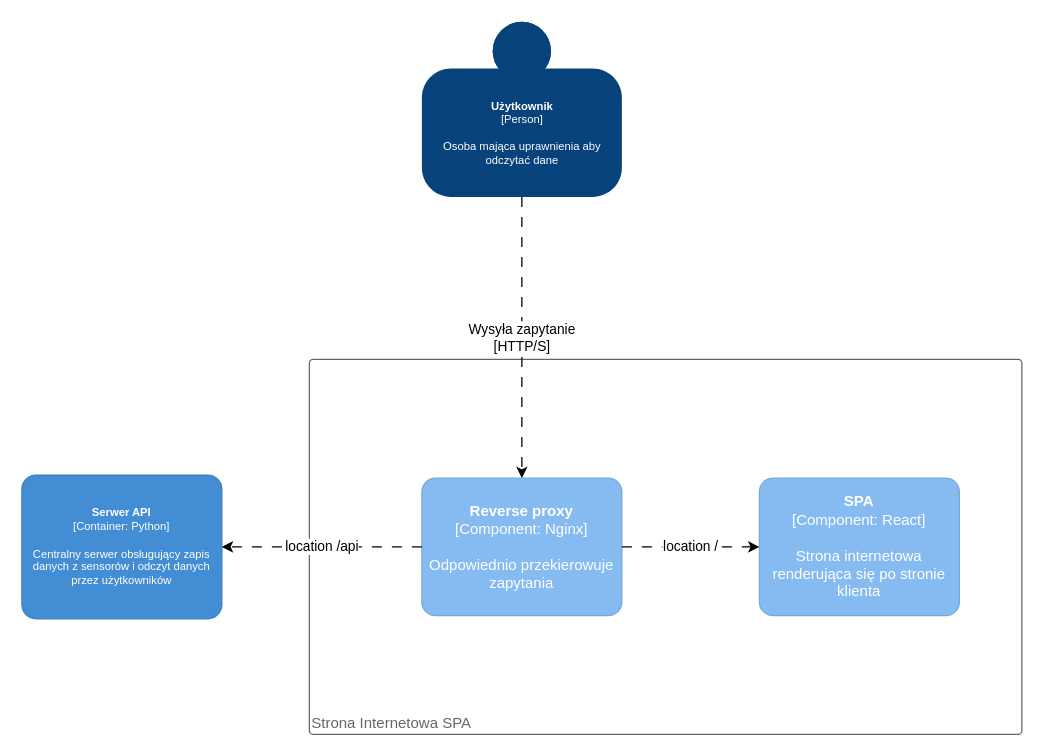
The draw.io diagram page "Strona Internetowa" (5 of 5) of docs/architecture/c4-pzsp2.drawio in sysy-inc/pzsp2-24z, before the edit. Source tidied: cells renumbered, new cells numbered last; positions are measured from the earlier drawing's top-left corner, leaving out a move shared by most shapes. Both pictures are drawn from the tidied source at 125%, with x=0, y=0 at pixel (21, 21).
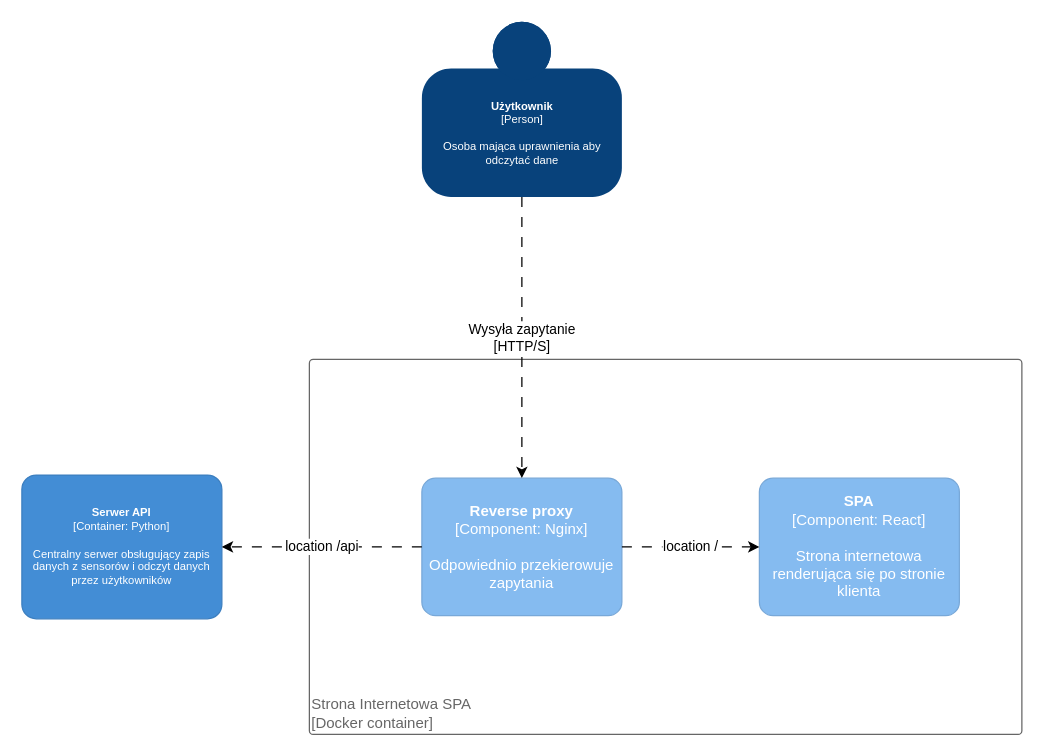
The same diagram, later.

Diff of the diagram source:
```diff
@@
 <mxGraphModel>
   <root>
     <mxCell id="0" />
     <mxCell id="1" parent="0" />
-    <mxCell id="2" value="Strona Internetowa SPA" style="rounded=1;whiteSpace=wrap;html=1;labelBackgroundColor=none;fillColor=#ffffff;align=left;arcSize=1;verticalAlign=bottom;strokeColor=#666666;fontColor=#666666;" parent="1" vertex="1">
+    <mxCell id="2" value="Strona Internetowa SPA&lt;div&gt;[Docker container]&lt;/div&gt;" style="rounded=1;whiteSpace=wrap;html=1;labelBackgroundColor=none;fillColor=#ffffff;align=left;arcSize=1;verticalAlign=bottom;strokeColor=#666666;fontColor=#666666;" parent="1" vertex="1">
       <mxGeometry x="230" y="270" width="570" height="300" as="geometry" />
     </mxCell>
     <object id="3" label="&lt;b&gt;%c4Name%&lt;/b&gt;&lt;div&gt;[%c4Type%: %c4Technology%]&lt;/div&gt;&lt;br&gt;&lt;div&gt;%c4Description%&lt;/div&gt;" c4Description="Odpowiednio przekierowuje zapytania" c4Name="Reverse proxy" c4Technology="Nginx" c4Type="Component" placeholders="1">
       <mxCell style="rounded=1;whiteSpace=wrap;html=1;labelBackgroundColor=none;fillColor=#85BBF0;fontColor=#ffffff;align=center;arcSize=10;strokeColor=#78A8D8;metaData={&quot;c4Type&quot;:{&quot;editable&quot;:false}};points=[[0.25,0,0],[0.5,0,0],[0.75,0,0],[1,0.25,0],[1,0.5,0],[1,0.75,0],[0.75,1,0],[0.5,1,0],[0.25,1,0],[0,0.75,0],[0,0.5,0],[0,0.25,0]];" parent="1" vertex="1">
         <mxGeometry x="320" y="365" width="160" height="110" as="geometry" />
       </mxCell>
     </object>
     <object id="4" label="&lt;b style=&quot;font-size: 9px;&quot;&gt;%c4Name%&lt;/b&gt;&lt;div style=&quot;font-size: 9px;&quot;&gt;[%c4Type%]&lt;/div&gt;&lt;br style=&quot;font-size: 9px;&quot;&gt;&lt;div style=&quot;font-size: 9px;&quot;&gt;%c4Description%&lt;/div&gt;" c4Description="Osoba mająca uprawnienia aby&#10;odczytać dane" c4Name="Użytkownik" c4Type="Person" placeholders="1">
       <mxCell style="html=1;dashed=0;whitespace=wrap;fillColor=#08427b;strokeColor=none;fontColor=#ffffff;shape=mxgraph.c4.person;align=center;points=[[0.5,0,0],[1,0.5,0],[1,0.75,0],[0.75,1,0],[0.5,1,0],[0.25,1,0],[0,0.75,0],[0,0.5,0]];metaData={&quot;c4Type&quot;:{&quot;editable&quot;:false}};fontSize=9;" parent="1" vertex="1">
         <mxGeometry x="320" width="160" height="140" as="geometry" />
       </mxCell>
     </object>
     <mxCell id="5" value="Wysyła zapytanie&lt;div&gt;[HTTP/S]&lt;/div&gt;" style="edgeStyle=orthogonalEdgeStyle;rounded=0;jettySize=auto;html=1;entryX=0.5;entryY=0;entryDx=0;entryDy=0;entryPerimeter=0;dashed=1;dashPattern=8 8;" parent="1" edge="1" source="4" target="3">
       <mxGeometry relative="1" as="geometry" />
     </mxCell>
     <object id="6" label="&lt;b&gt;%c4Name%&lt;/b&gt;&lt;div&gt;[%c4Type%: %c4Technology%]&lt;/div&gt;&lt;br&gt;&lt;div&gt;%c4Description%&lt;/div&gt;" c4Description="Strona internetowa renderująca się po stronie klienta" c4Name="SPA" c4Technology="React" c4Type="Component" placeholders="1">
       <mxCell style="rounded=1;whiteSpace=wrap;html=1;labelBackgroundColor=none;fillColor=#85BBF0;fontColor=#ffffff;align=center;arcSize=10;strokeColor=#78A8D8;metaData={&quot;c4Type&quot;:{&quot;editable&quot;:false}};points=[[0.25,0,0],[0.5,0,0],[0.75,0,0],[1,0.25,0],[1,0.5,0],[1,0.75,0],[0.75,1,0],[0.5,1,0],[0.25,1,0],[0,0.75,0],[0,0.5,0],[0,0.25,0]];" parent="1" vertex="1">
         <mxGeometry x="590" y="365" width="160" height="110" as="geometry" />
       </mxCell>
     </object>
     <mxCell id="7" value="location /" style="edgeStyle=orthogonalEdgeStyle;rounded=0;jettySize=auto;html=1;entryX=0;entryY=0.5;entryDx=0;entryDy=0;entryPerimeter=0;dashed=1;dashPattern=8 8;" parent="1" edge="1" source="3" target="6">
       <mxGeometry relative="1" as="geometry" />
     </mxCell>
     <object id="8" label="&lt;b style=&quot;font-size: 9px;&quot;&gt;%c4Name%&lt;/b&gt;&lt;div style=&quot;font-size: 9px;&quot;&gt;[%c4Type%: %c4Technology%]&lt;/div&gt;&lt;br style=&quot;font-size: 9px;&quot;&gt;&lt;div style=&quot;font-size: 9px;&quot;&gt;%c4Description%&lt;/div&gt;" c4Description="Centralny serwer obsługujący zapis danych z sensorów i odczyt danych przez użytkowników" c4Name="Serwer API" c4Technology="Python" c4Type="Container" placeholders="1">
       <mxCell style="rounded=1;whiteSpace=wrap;html=1;labelBackgroundColor=none;fillColor=#438DD5;fontColor=#ffffff;align=center;arcSize=10;strokeColor=#3C7FC0;metaData={&quot;c4Type&quot;:{&quot;editable&quot;:false}};points=[[0.25,0,0],[0.5,0,0],[0.75,0,0],[1,0.25,0],[1,0.5,0],[1,0.75,0],[0.75,1,0],[0.5,1,0],[0.25,1,0],[0,0.75,0],[0,0.5,0],[0,0.25,0]];fontSize=9;" parent="1" vertex="1">
         <mxGeometry y="362.5" width="160" height="115" as="geometry" />
       </mxCell>
     </object>
     <mxCell id="9" value="location /api" style="edgeStyle=orthogonalEdgeStyle;rounded=0;jettySize=auto;html=1;entryX=1;entryY=0.5;entryDx=0;entryDy=0;entryPerimeter=0;dashed=1;dashPattern=8 8;" parent="1" edge="1" source="3" target="8">
       <mxGeometry relative="1" as="geometry" />
     </mxCell>
   </root>
 </mxGraphModel>
```
